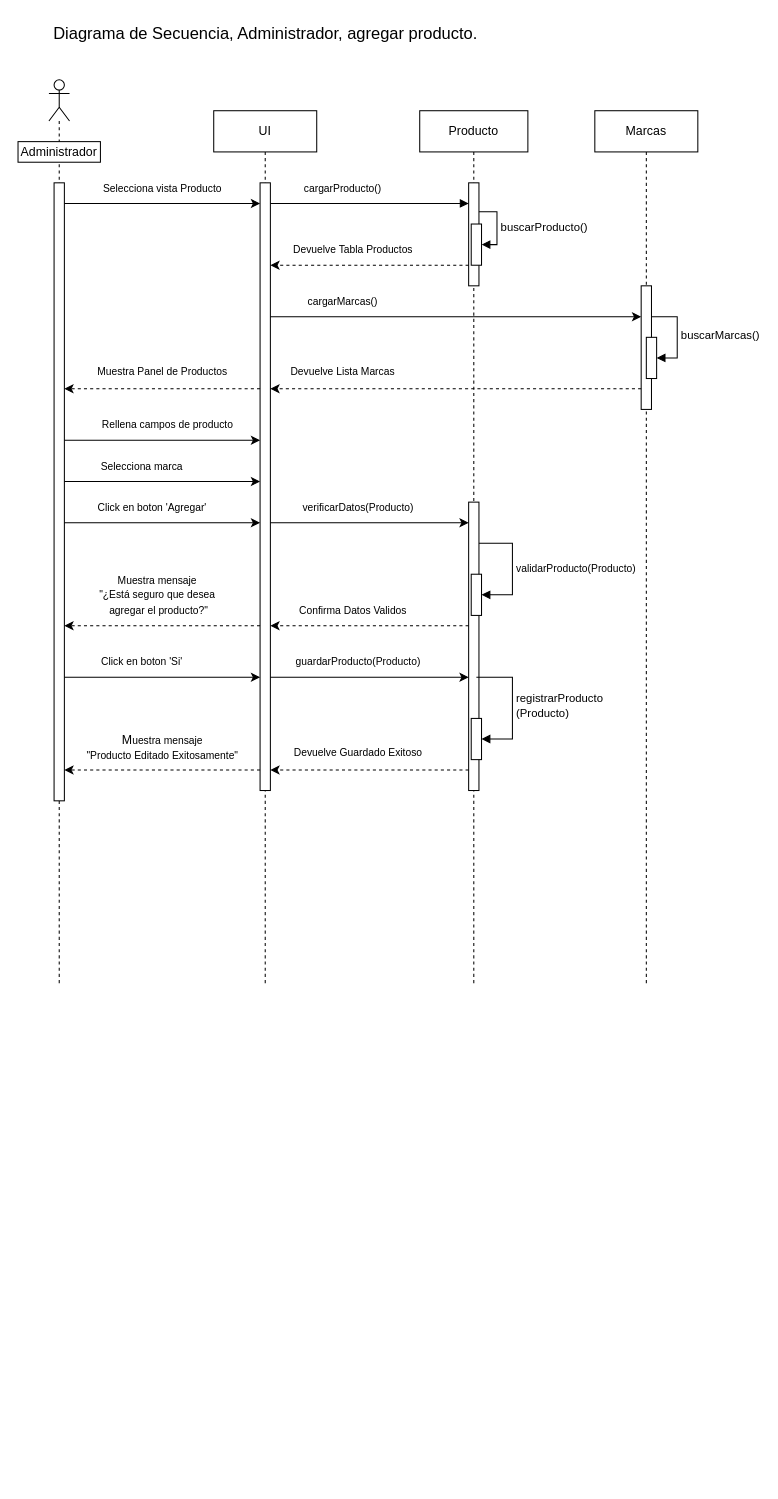
Earlier version of the draw.io diagram Documento/Diagrama/DiagramaSecuencia_AgregarProducto.drawio (gabrielcapay/TecnoPunta). Source tidied: cells renumbered, new cells numbered last; positions are measured from the earlier drawing's top-left corner, leaving out a move shared by most shapes. Both pictures are drawn from the tidied source at 103%, with x=0, y=0 at pixel (18, 18).
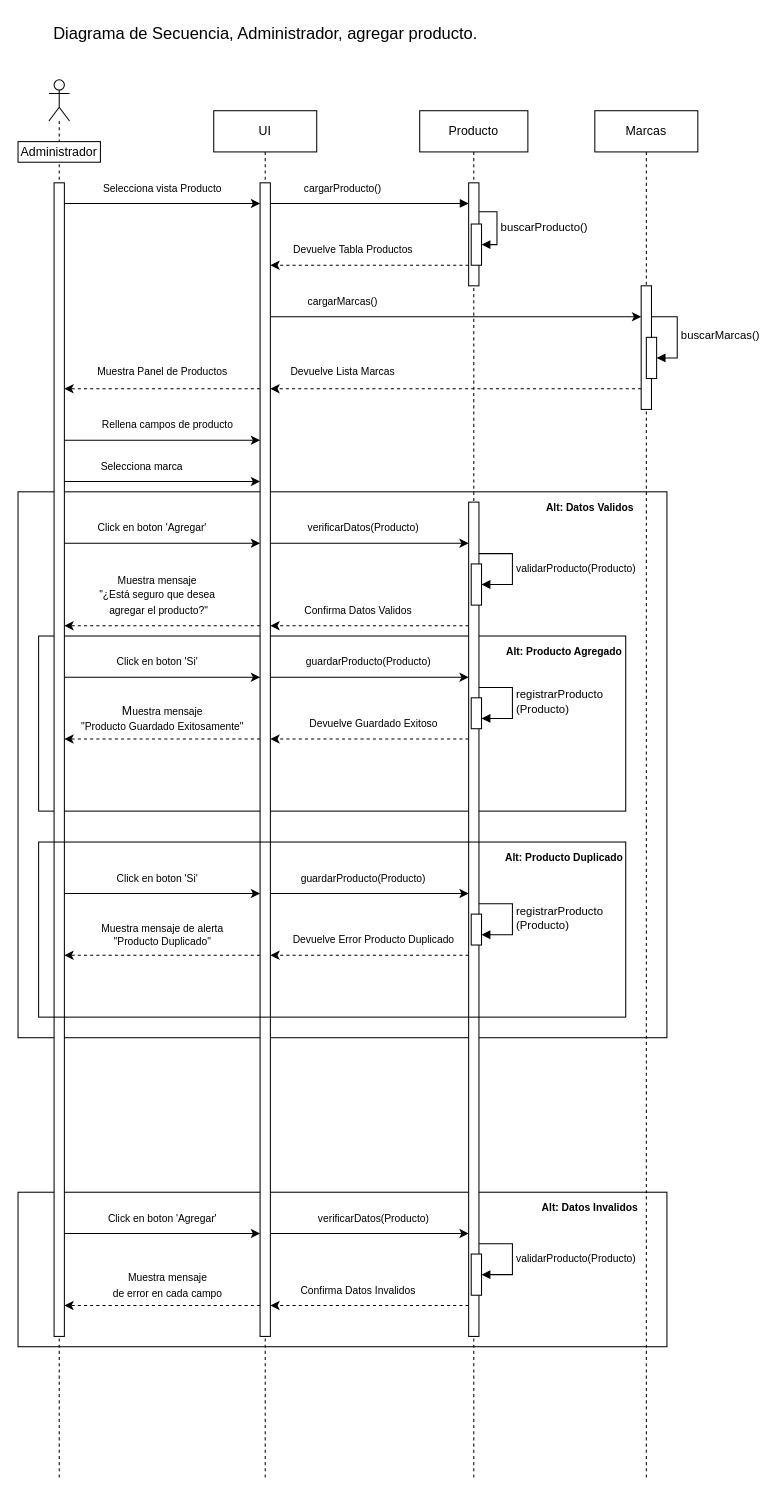
The same page after the edit.

Commit message (it also covers changes not shown here):
Subiendo archivos de diagramas secuencia.

Change to the diagram source:
```diff
@@
+    <mxCell id="53" style="rounded=0;whiteSpace=wrap;html=1;fillColor=none;" parent="1" vertex="1">
+      <mxGeometry y="460" width="630" height="530" as="geometry" />
+    </mxCell>
+    <mxCell id="54" style="rounded=0;whiteSpace=wrap;html=1;fillColor=none;" parent="1" vertex="1">
+      <mxGeometry x="20" y="600" width="570" height="170" as="geometry" />
+    </mxCell>
+    <mxCell id="55" style="rounded=0;whiteSpace=wrap;html=1;fillColor=none;" parent="1" vertex="1">
+      <mxGeometry y="1140" width="630" height="150" as="geometry" />
+    </mxCell>
     <mxCell id="2" value="UI" style="shape=umlLifeline;perimeter=lifelinePerimeter;whiteSpace=wrap;html=1;newEdgeStyle={&quot;edgeStyle&quot;:&quot;elbowEdgeStyle&quot;,&quot;elbow&quot;:&quot;vertical&quot;,&quot;curved&quot;:0,&quot;rounded&quot;:0};labelBackgroundColor=none;" parent="1" vertex="1">
-      <mxGeometry x="190" y="90" width="100" height="850" as="geometry" />
+      <mxGeometry x="190" y="90" width="100" height="1330" as="geometry" />
     </mxCell>
     <mxCell id="3" style="html=1;points=[];perimeter=orthogonalPerimeter;outlineConnect=0;targetShapes=umlLifeline;portConstraint=eastwest;newEdgeStyle={&quot;edgeStyle&quot;:&quot;elbowEdgeStyle&quot;,&quot;elbow&quot;:&quot;vertical&quot;,&quot;curved&quot;:0,&quot;rounded&quot;:0};labelBackgroundColor=none;" parent="2" vertex="1">
-      <mxGeometry x="45" y="70" width="10" height="590" as="geometry" />
+      <mxGeometry x="45" y="70" width="10" height="1120" as="geometry" />
     </mxCell>
     <mxCell id="4" value="Producto" style="shape=umlLifeline;perimeter=lifelinePerimeter;whiteSpace=wrap;html=1;newEdgeStyle={&quot;edgeStyle&quot;:&quot;elbowEdgeStyle&quot;,&quot;elbow&quot;:&quot;vertical&quot;,&quot;curved&quot;:0,&quot;rounded&quot;:0};labelBackgroundColor=none;" parent="1" vertex="1">
-      <mxGeometry x="390" y="90" width="105" height="850" as="geometry" />
+      <mxGeometry x="390" y="90" width="105" height="1330" as="geometry" />
     </mxCell>
@@
     <mxCell id="8" style="html=1;points=[];perimeter=orthogonalPerimeter;outlineConnect=0;targetShapes=umlLifeline;portConstraint=eastwest;newEdgeStyle={&quot;edgeStyle&quot;:&quot;elbowEdgeStyle&quot;,&quot;elbow&quot;:&quot;vertical&quot;,&quot;curved&quot;:0,&quot;rounded&quot;:0};labelBackgroundColor=none;" parent="4" vertex="1">
-      <mxGeometry x="47.5" y="380" width="10" height="280" as="geometry" />
+      <mxGeometry x="47.5" y="380" width="10" height="810" as="geometry" />
     </mxCell>
     <mxCell id="9" style="html=1;points=[[0,0,0,0,5],[0,1,0,0,-5],[1,0,0,0,5],[1,1,0,0,-5]];perimeter=orthogonalPerimeter;outlineConnect=0;targetShapes=umlLifeline;portConstraint=eastwest;newEdgeStyle={&quot;curved&quot;:0,&quot;rounded&quot;:0};labelBackgroundColor=none;" parent="4" vertex="1">
-      <mxGeometry x="50" y="590" width="10" height="40" as="geometry" />
+      <mxGeometry x="50" y="570" width="10" height="30" as="geometry" />
     </mxCell>
-    <mxCell id="10" value="registrarProducto&lt;div&gt;(Producto)&lt;/div&gt;" style="html=1;align=left;spacingLeft=2;endArrow=block;rounded=0;edgeStyle=orthogonalEdgeStyle;curved=0;rounded=0;labelBackgroundColor=none;fontColor=default;" parent="4" edge="1" target="9">
+    <mxCell id="10" value="registrarProducto&lt;div&gt;(Producto)&lt;/div&gt;" style="html=1;align=left;spacingLeft=2;endArrow=block;rounded=0;edgeStyle=orthogonalEdgeStyle;curved=0;rounded=0;labelBackgroundColor=none;fontColor=default;" parent="4" edge="1" source="8" target="9">
       <mxGeometry relative="1" as="geometry">
-        <mxPoint x="55" y="550" as="sourcePoint" />
         <Array as="points">
-          <mxPoint x="90" y="550" />
-          <mxPoint x="90" y="610" />
+          <mxPoint x="90" y="560" />
+          <mxPoint x="90" y="590" />
+          <mxPoint x="55" y="590" />
         </Array>
       </mxGeometry>
     </mxCell>
     <mxCell id="11" style="html=1;points=[[0,0,0,0,5],[0,1,0,0,-5],[1,0,0,0,5],[1,1,0,0,-5]];perimeter=orthogonalPerimeter;outlineConnect=0;targetShapes=umlLifeline;portConstraint=eastwest;newEdgeStyle={&quot;curved&quot;:0,&quot;rounded&quot;:0};" parent="4" vertex="1">
-      <mxGeometry x="50" y="450" width="10" height="40" as="geometry" />
+      <mxGeometry x="50" y="440" width="10" height="40" as="geometry" />
     </mxCell>
     <mxCell id="12" value="&lt;font style=&quot;font-size: 10px;&quot;&gt;validarProducto(Producto)&lt;/font&gt;" style="html=1;align=left;spacingLeft=2;endArrow=block;rounded=0;edgeStyle=orthogonalEdgeStyle;curved=0;rounded=0;" parent="4" edge="1" source="8" target="11">
       <mxGeometry relative="1" as="geometry">
         <Array as="points">
-          <mxPoint x="90" y="420" />
-          <mxPoint x="90" y="470" />
+          <mxPoint x="90" y="430" />
+          <mxPoint x="90" y="460" />
         </Array>
       </mxGeometry>
     </mxCell>
+    <mxCell id="56" style="html=1;points=[[0,0,0,0,5],[0,1,0,0,-5],[1,0,0,0,5],[1,1,0,0,-5]];perimeter=orthogonalPerimeter;outlineConnect=0;targetShapes=umlLifeline;portConstraint=eastwest;newEdgeStyle={&quot;curved&quot;:0,&quot;rounded&quot;:0};" parent="4" vertex="1">
+      <mxGeometry x="50" y="1110" width="10" height="40" as="geometry" />
+    </mxCell>
+    <mxCell id="57" value="&lt;span style=&quot;font-size: 10px;&quot;&gt;validarProducto(Producto)&lt;/span&gt;" style="html=1;align=left;spacingLeft=2;endArrow=block;rounded=0;edgeStyle=orthogonalEdgeStyle;curved=0;rounded=0;" parent="4" edge="1" source="8" target="56">
+      <mxGeometry relative="1" as="geometry">
+        <Array as="points">
+          <mxPoint x="90" y="1100" />
+          <mxPoint x="90" y="1130" />
+        </Array>
+      </mxGeometry>
+    </mxCell>
@@
     <mxCell id="14" value="Marcas" style="shape=umlLifeline;perimeter=lifelinePerimeter;whiteSpace=wrap;html=1;newEdgeStyle={&quot;edgeStyle&quot;:&quot;elbowEdgeStyle&quot;,&quot;elbow&quot;:&quot;vertical&quot;,&quot;curved&quot;:0,&quot;rounded&quot;:0};labelBackgroundColor=none;" parent="1" vertex="1">
-      <mxGeometry x="560" y="90" width="100" height="850" as="geometry" />
+      <mxGeometry x="560" y="90" width="100" height="1330" as="geometry" />
     </mxCell>
@@
     <mxCell id="19" style="shape=umlLifeline;perimeter=lifelinePerimeter;whiteSpace=wrap;html=1;newEdgeStyle={&quot;curved&quot;:0,&quot;rounded&quot;:0};participant=umlActor;labelBackgroundColor=none;" parent="1" vertex="1">
-      <mxGeometry x="30" y="60" width="20" height="880" as="geometry" />
+      <mxGeometry x="30" y="60" width="20" height="1360" as="geometry" />
     </mxCell>
     <mxCell id="20" style="html=1;points=[];perimeter=orthogonalPerimeter;outlineConnect=0;targetShapes=umlLifeline;portConstraint=eastwest;newEdgeStyle={&quot;edgeStyle&quot;:&quot;elbowEdgeStyle&quot;,&quot;elbow&quot;:&quot;vertical&quot;,&quot;curved&quot;:0,&quot;rounded&quot;:0};labelBackgroundColor=none;" parent="19" vertex="1">
-      <mxGeometry x="5" y="100" width="10" height="600" as="geometry" />
+      <mxGeometry x="5" y="100" width="10" height="1120" as="geometry" />
     </mxCell>
@@
     <mxCell id="35" style="edgeStyle=elbowEdgeStyle;rounded=0;jettySize=auto;html=1;elbow=vertical;curved=0;labelBackgroundColor=none;fontColor=default;" parent="1" edge="1" source="20" target="3">
       <mxGeometry relative="1" as="geometry">
         <Array as="points">
-          <mxPoint x="140" y="490" />
+          <mxPoint x="140" y="510" />
         </Array>
       </mxGeometry>
     </mxCell>
     <mxCell id="36" value="&lt;font style=&quot;font-size: 10px;&quot;&gt;Click en boton 'Agregar'&lt;/font&gt;" style="text;html=1;align=center;verticalAlign=middle;strokeColor=none;fillColor=none;labelBackgroundColor=none;" parent="1" vertex="1">
-      <mxGeometry x="65" y="460" width="130" height="30" as="geometry" />
+      <mxGeometry x="65" y="480" width="130" height="30" as="geometry" />
     </mxCell>
     <mxCell id="37" style="edgeStyle=elbowEdgeStyle;rounded=0;jettySize=auto;html=1;elbow=vertical;curved=0;labelBackgroundColor=none;fontColor=default;" parent="1" edge="1" source="3" target="8">
       <mxGeometry relative="1" as="geometry">
         <Array as="points">
-          <mxPoint x="280" y="490" />
+          <mxPoint x="290" y="510" />
         </Array>
       </mxGeometry>
     </mxCell>
     <mxCell id="38" value="&lt;span style=&quot;font-size: 10px;&quot;&gt;verificarDatos(Producto)&lt;/span&gt;" style="text;html=1;align=center;verticalAlign=middle;strokeColor=none;fillColor=none;labelBackgroundColor=none;" parent="1" vertex="1">
-      <mxGeometry x="265" y="460" width="130" height="30" as="geometry" />
+      <mxGeometry x="270" y="480" width="130" height="30" as="geometry" />
     </mxCell>
@@
     <mxCell id="40" value="&lt;font style=&quot;font-size: 10px;&quot;&gt;Confirma Datos Validos&lt;/font&gt;" style="text;html=1;align=center;verticalAlign=middle;strokeColor=none;fillColor=none;labelBackgroundColor=none;" parent="1" vertex="1">
-      <mxGeometry x="260" y="560" width="130" height="30" as="geometry" />
+      <mxGeometry x="265" y="560" width="130" height="30" as="geometry" />
     </mxCell>
@@
     <mxCell id="43" style="edgeStyle=elbowEdgeStyle;rounded=0;jettySize=auto;html=1;elbow=vertical;curved=0;labelBackgroundColor=none;fontColor=default;" parent="1" edge="1" source="20" target="3">
       <mxGeometry relative="1" as="geometry">
         <Array as="points">
-          <mxPoint x="130" y="640" />
+          <mxPoint x="160" y="640" />
         </Array>
       </mxGeometry>
     </mxCell>
     <mxCell id="44" value="&lt;font style=&quot;font-size: 10px;&quot;&gt;Click en boton 'Si'&lt;/font&gt;" style="text;html=1;align=center;verticalAlign=middle;strokeColor=none;fillColor=none;labelBackgroundColor=none;" parent="1" vertex="1">
-      <mxGeometry x="70" y="610" width="100" height="30" as="geometry" />
+      <mxGeometry x="85" y="610" width="100" height="30" as="geometry" />
     </mxCell>
     <mxCell id="45" value="&lt;font style=&quot;font-size: 10px;&quot;&gt;guardarProducto(Producto)&lt;/font&gt;" style="text;html=1;align=center;verticalAlign=middle;strokeColor=none;fillColor=none;labelBackgroundColor=none;" parent="1" vertex="1">
-      <mxGeometry x="260" y="610" width="140" height="30" as="geometry" />
+      <mxGeometry x="270" y="610" width="140" height="30" as="geometry" />
     </mxCell>
     <mxCell id="46" style="edgeStyle=elbowEdgeStyle;rounded=0;jettySize=auto;html=1;elbow=vertical;curved=0;dashed=1;labelBackgroundColor=none;fontColor=default;" parent="1" edge="1" source="8" target="3">
       <mxGeometry relative="1" as="geometry">
         <Array as="points">
-          <mxPoint x="280" y="730" />
+          <mxPoint x="340" y="700" />
         </Array>
       </mxGeometry>
     </mxCell>
     <mxCell id="47" value="&lt;font style=&quot;font-size: 10px;&quot;&gt;Devuelve Guardado Exitoso&lt;/font&gt;" style="text;html=1;align=center;verticalAlign=middle;strokeColor=none;fillColor=none;labelBackgroundColor=none;" parent="1" vertex="1">
-      <mxGeometry x="255" y="698" width="150" height="30" as="geometry" />
+      <mxGeometry x="270" y="670" width="150" height="30" as="geometry" />
     </mxCell>
     <mxCell id="48" style="edgeStyle=elbowEdgeStyle;rounded=0;jettySize=auto;html=1;elbow=vertical;curved=0;dashed=1;labelBackgroundColor=none;fontColor=default;" parent="1" edge="1" source="3" target="20">
       <mxGeometry relative="1" as="geometry">
         <Array as="points">
-          <mxPoint x="130" y="730" />
+          <mxPoint x="150" y="700" />
         </Array>
       </mxGeometry>
     </mxCell>
-    <mxCell id="49" value="M&lt;font style=&quot;font-size: 10px;&quot;&gt;uestra mensaje &lt;br&gt;&quot;Producto Editado Exitosamente&quot;&lt;/font&gt;" style="text;html=1;align=center;verticalAlign=middle;strokeColor=none;fillColor=none;labelBackgroundColor=none;" parent="1" vertex="1">
-      <mxGeometry x="55" y="688" width="170" height="40" as="geometry" />
+    <mxCell id="49" value="M&lt;font style=&quot;font-size: 10px;&quot;&gt;uestra mensaje &lt;br&gt;&quot;Producto Guardado Exitosamente&quot;&lt;/font&gt;" style="text;html=1;align=center;verticalAlign=middle;strokeColor=none;fillColor=none;labelBackgroundColor=none;" parent="1" vertex="1">
+      <mxGeometry x="50" y="660" width="180" height="40" as="geometry" />
     </mxCell>
@@
+    <mxCell id="58" value="&lt;font style=&quot;&quot;&gt;&lt;span style=&quot;font-size: 10px;&quot;&gt;Muestra mensaje&lt;/span&gt;&lt;br&gt;&lt;span style=&quot;font-size: 10px;&quot;&gt;de error en cada campo&lt;/span&gt;&lt;/font&gt;" style="text;html=1;align=center;verticalAlign=middle;strokeColor=none;fillColor=none;labelBackgroundColor=none;" parent="1" vertex="1">
+      <mxGeometry x="80" y="1210" width="130" height="40" as="geometry" />
+    </mxCell>
+    <mxCell id="59" style="edgeStyle=elbowEdgeStyle;rounded=0;jettySize=auto;html=1;elbow=vertical;curved=0;" parent="1" edge="1" source="20" target="3">
+      <mxGeometry relative="1" as="geometry">
+        <Array as="points">
+          <mxPoint x="140" y="1180" />
+          <mxPoint x="150" y="1060" />
+        </Array>
+      </mxGeometry>
+    </mxCell>
+    <mxCell id="60" value="&lt;span style=&quot;font-size: 10px;&quot;&gt;verificarDatos(Producto)&lt;/span&gt;" style="text;html=1;align=center;verticalAlign=middle;strokeColor=none;fillColor=none;labelBackgroundColor=none;" parent="1" vertex="1">
+      <mxGeometry x="280" y="1150" width="130" height="30" as="geometry" />
+    </mxCell>
+    <mxCell id="61" style="edgeStyle=elbowEdgeStyle;rounded=0;jettySize=auto;html=1;elbow=vertical;curved=0;" parent="1" edge="1" source="3" target="8">
+      <mxGeometry relative="1" as="geometry">
+        <Array as="points">
+          <mxPoint x="340" y="1180" />
+        </Array>
+      </mxGeometry>
+    </mxCell>
+    <mxCell id="62" value="&lt;font style=&quot;font-size: 10px;&quot;&gt;Confirma Datos Invalidos&lt;/font&gt;" style="text;html=1;align=center;verticalAlign=middle;strokeColor=none;fillColor=none;labelBackgroundColor=none;" parent="1" vertex="1">
+      <mxGeometry x="260" y="1220" width="140" height="30" as="geometry" />
+    </mxCell>
+    <mxCell id="63" style="edgeStyle=elbowEdgeStyle;rounded=0;jettySize=auto;html=1;elbow=vertical;curved=0;dashed=1;" parent="1" edge="1" source="8" target="3">
+      <mxGeometry relative="1" as="geometry">
+        <Array as="points">
+          <mxPoint x="330" y="1250" />
+        </Array>
+      </mxGeometry>
+    </mxCell>
+    <mxCell id="64" style="edgeStyle=elbowEdgeStyle;rounded=0;jettySize=auto;html=1;elbow=vertical;curved=0;dashed=1;" parent="1" edge="1" source="3" target="20">
+      <mxGeometry relative="1" as="geometry">
+        <Array as="points">
+          <mxPoint x="130" y="1250" />
+          <mxPoint x="160" y="1120" />
+        </Array>
+      </mxGeometry>
+    </mxCell>
+    <mxCell id="65" value="&lt;font style=&quot;font-size: 10px;&quot;&gt;&lt;b&gt;Alt: Datos Validos&lt;/b&gt;&lt;/font&gt;" style="text;html=1;align=center;verticalAlign=middle;strokeColor=none;fillColor=none;" parent="1" vertex="1">
+      <mxGeometry x="500" y="460" width="110" height="30" as="geometry" />
+    </mxCell>
+    <mxCell id="66" value="&lt;font style=&quot;font-size: 10px;&quot;&gt;&lt;b&gt;Alt: Datos Invalidos&lt;/b&gt;&lt;/font&gt;" style="text;html=1;align=center;verticalAlign=middle;strokeColor=none;fillColor=none;" parent="1" vertex="1">
+      <mxGeometry x="495" y="1140" width="120" height="30" as="geometry" />
+    </mxCell>
+    <mxCell id="67" value="&lt;font style=&quot;font-size: 10px;&quot;&gt;Click en boton 'Agregar'&lt;/font&gt;" style="text;html=1;align=center;verticalAlign=middle;strokeColor=none;fillColor=none;labelBackgroundColor=none;" parent="1" vertex="1">
+      <mxGeometry x="75" y="1150" width="130" height="30" as="geometry" />
+    </mxCell>
+    <mxCell id="68" value="&lt;font style=&quot;font-size: 10px;&quot;&gt;&lt;b&gt;Alt: Producto Agregado&lt;/b&gt;&lt;/font&gt;" style="text;html=1;align=center;verticalAlign=middle;strokeColor=none;fillColor=none;" parent="1" vertex="1">
+      <mxGeometry x="460" y="600" width="140" height="30" as="geometry" />
+    </mxCell>
+    <mxCell id="69" style="rounded=0;whiteSpace=wrap;html=1;fillColor=none;" parent="1" vertex="1">
+      <mxGeometry x="20" y="800" width="570" height="170" as="geometry" />
+    </mxCell>
+    <mxCell id="70" value="&lt;font style=&quot;font-size: 10px;&quot;&gt;Click en boton 'Si'&lt;/font&gt;" style="text;html=1;align=center;verticalAlign=middle;strokeColor=none;fillColor=none;labelBackgroundColor=none;" parent="1" vertex="1">
+      <mxGeometry x="85" y="820" width="100" height="30" as="geometry" />
+    </mxCell>
+    <mxCell id="71" style="edgeStyle=elbowEdgeStyle;rounded=0;jettySize=auto;html=1;elbow=vertical;curved=0;" parent="1" edge="1" source="20" target="3">
+      <mxGeometry relative="1" as="geometry">
+        <Array as="points">
+          <mxPoint x="160" y="850" />
+        </Array>
+      </mxGeometry>
+    </mxCell>
+    <mxCell id="72" style="edgeStyle=elbowEdgeStyle;rounded=0;jettySize=auto;html=1;elbow=vertical;curved=0;" parent="1" edge="1" source="3" target="8">
+      <mxGeometry relative="1" as="geometry">
+        <Array as="points">
+          <mxPoint x="341" y="850" />
+        </Array>
+      </mxGeometry>
+    </mxCell>
+    <mxCell id="73" value="&lt;font style=&quot;font-size: 10px;&quot;&gt;guardarProducto(Producto)&lt;/font&gt;" style="text;html=1;align=center;verticalAlign=middle;strokeColor=none;fillColor=none;labelBackgroundColor=none;" parent="1" vertex="1">
+      <mxGeometry x="265" y="820" width="140" height="30" as="geometry" />
+    </mxCell>
+    <mxCell id="74" style="html=1;points=[[0,0,0,0,5],[0,1,0,0,-5],[1,0,0,0,5],[1,1,0,0,-5]];perimeter=orthogonalPerimeter;outlineConnect=0;targetShapes=umlLifeline;portConstraint=eastwest;newEdgeStyle={&quot;curved&quot;:0,&quot;rounded&quot;:0};" parent="1" vertex="1">
+      <mxGeometry x="440" y="870" width="10" height="30" as="geometry" />
+    </mxCell>
+    <mxCell id="75" value="registrarProducto&lt;br&gt;(Producto)" style="html=1;align=left;spacingLeft=2;endArrow=block;rounded=0;edgeStyle=orthogonalEdgeStyle;curved=0;rounded=0;" parent="1" edge="1" source="8" target="74">
+      <mxGeometry relative="1" as="geometry">
+        <Array as="points">
+          <mxPoint x="480" y="860" />
+          <mxPoint x="480" y="890" />
+        </Array>
+      </mxGeometry>
+    </mxCell>
+    <mxCell id="76" value="&lt;font style=&quot;font-size: 10px;&quot;&gt;Devuelve Error Producto Duplicado&lt;/font&gt;" style="text;html=1;align=center;verticalAlign=middle;strokeColor=none;fillColor=none;labelBackgroundColor=none;" parent="1" vertex="1">
+      <mxGeometry x="255" y="880" width="180" height="30" as="geometry" />
+    </mxCell>
+    <mxCell id="77" style="edgeStyle=elbowEdgeStyle;rounded=0;jettySize=auto;html=1;elbow=vertical;curved=0;dashed=1;" parent="1" edge="1" source="8" target="3">
+      <mxGeometry relative="1" as="geometry">
+        <Array as="points">
+          <mxPoint x="350" y="910" />
+        </Array>
+      </mxGeometry>
+    </mxCell>
+    <mxCell id="78" style="edgeStyle=elbowEdgeStyle;rounded=0;jettySize=auto;html=1;elbow=vertical;curved=0;dashed=1;" parent="1" edge="1" source="3" target="20">
+      <mxGeometry relative="1" as="geometry">
+        <Array as="points">
+          <mxPoint x="140" y="910" />
+        </Array>
+      </mxGeometry>
+    </mxCell>
+    <mxCell id="79" value="Muestra mensaje de alerta&lt;br&gt;&quot;Producto Duplicado&quot;" style="text;html=1;align=center;verticalAlign=middle;strokeColor=none;fillColor=none;fontSize=10;" parent="1" vertex="1">
+      <mxGeometry x="70" y="870" width="140" height="40" as="geometry" />
+    </mxCell>
+    <mxCell id="80" value="&lt;b&gt;&lt;font style=&quot;font-size: 10px;&quot;&gt;Alt: Producto Duplicado&lt;/font&gt;&lt;/b&gt;" style="text;html=1;align=center;verticalAlign=middle;strokeColor=none;fillColor=none;" parent="1" vertex="1">
+      <mxGeometry x="460" y="800" width="140" height="30" as="geometry" />
+    </mxCell>
```
